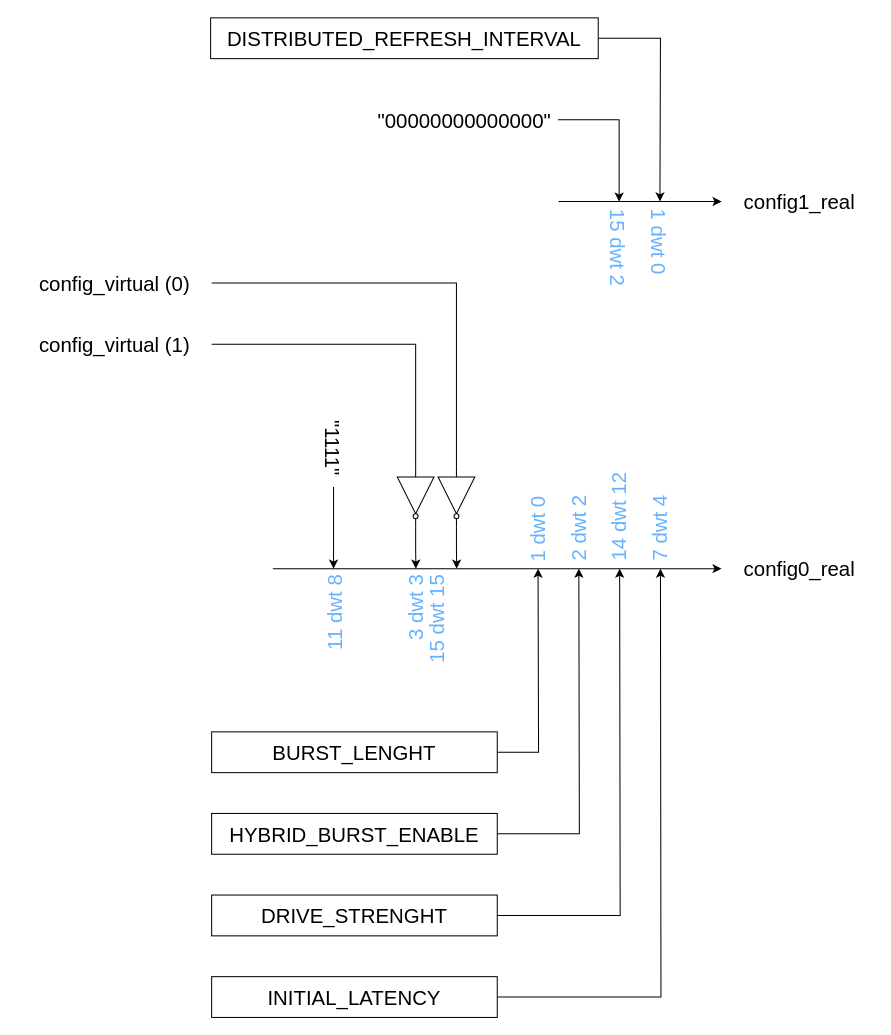
Above: page "conf_builder" (4 of 9) of hyperram_system/ip/avs_to_hram_converter/schematics/avs_to_hram_converter.drawio in AndreaBononi/Intel_Cyclone10LP_systems (draw.io), before the change. Source tidied: cells renumbered, new cells numbered last; positions are measured from the earlier drawing's top-left corner, leaving out a move shared by most shapes. Both pictures are drawn from the tidied source at 102%, with x=0, y=0 at pixel (17, -156).
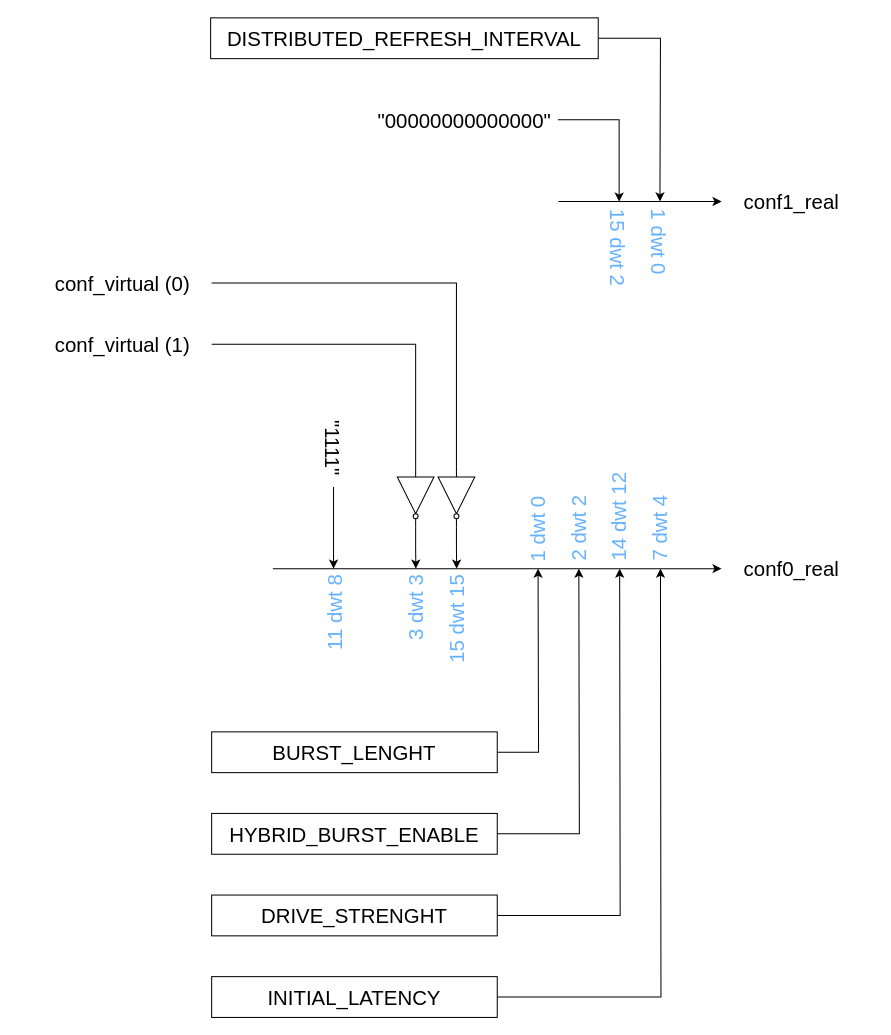
Above is the later version.

Change to the diagram source:
```diff
@@
     <mxCell id="18" value="&lt;font style=&quot;font-size: 20px;&quot;&gt;15&amp;nbsp;&lt;/font&gt;&lt;font style=&quot;font-size: 20px;&quot;&gt;dwt&lt;/font&gt;&lt;font style=&quot;font-size: 20px;&quot;&gt; 15&lt;br style=&quot;font-size: 20px;&quot;&gt;&lt;/font&gt;" style="text;html=1;align=right;verticalAlign=middle;strokeColor=none;fillColor=none;fontSize=20;rotation=-90;fontColor=#66B2FF;" parent="1" vertex="1">
-      <mxGeometry x="355" y="750" width="110" height="40" as="geometry" />
+      <mxGeometry x="375" y="750" width="110" height="40" as="geometry" />
     </mxCell>
@@
-    <mxCell id="22" value="config_virtual (0)" style="text;html=1;align=right;verticalAlign=middle;strokeColor=none;fillColor=none;fontSize=20;rotation=0;" parent="1" vertex="1">
-      <mxGeometry y="410" width="170" height="40" as="geometry" />
+    <mxCell id="22" value="conf_virtual (0)" style="text;html=1;align=right;verticalAlign=middle;strokeColor=none;fillColor=none;fontSize=20;rotation=0;" parent="1" vertex="1">
+      <mxGeometry x="10" y="410" width="160" height="40" as="geometry" />
     </mxCell>
@@
-    <mxCell id="27" value="config_virtual (1)" style="text;html=1;align=right;verticalAlign=middle;strokeColor=none;fillColor=none;fontSize=20;rotation=0;" parent="1" vertex="1">
-      <mxGeometry y="470" width="170" height="40" as="geometry" />
+    <mxCell id="27" value="conf_virtual (1)" style="text;html=1;align=right;verticalAlign=middle;strokeColor=none;fillColor=none;fontSize=20;rotation=0;" parent="1" vertex="1">
+      <mxGeometry x="10" y="470" width="160" height="40" as="geometry" />
     </mxCell>
-    <mxCell id="28" value="config0_real" style="text;html=1;align=left;verticalAlign=middle;strokeColor=none;fillColor=none;fontSize=20;rotation=0;" parent="1" vertex="1">
-      <mxGeometry x="710" y="690" width="130" height="40" as="geometry" />
+    <mxCell id="28" value="conf0_real" style="text;html=1;align=left;verticalAlign=middle;strokeColor=none;fillColor=none;fontSize=20;rotation=0;" parent="1" vertex="1">
+      <mxGeometry x="710" y="690" width="120" height="40" as="geometry" />
     </mxCell>
@@
-    <mxCell id="36" value="config1_real" style="text;html=1;align=left;verticalAlign=middle;strokeColor=none;fillColor=none;fontSize=20;rotation=0;" parent="1" vertex="1">
-      <mxGeometry x="710" y="330" width="130" height="40" as="geometry" />
+    <mxCell id="36" value="conf1_real" style="text;html=1;align=left;verticalAlign=middle;strokeColor=none;fillColor=none;fontSize=20;rotation=0;" parent="1" vertex="1">
+      <mxGeometry x="710" y="330" width="120" height="40" as="geometry" />
     </mxCell>
```
